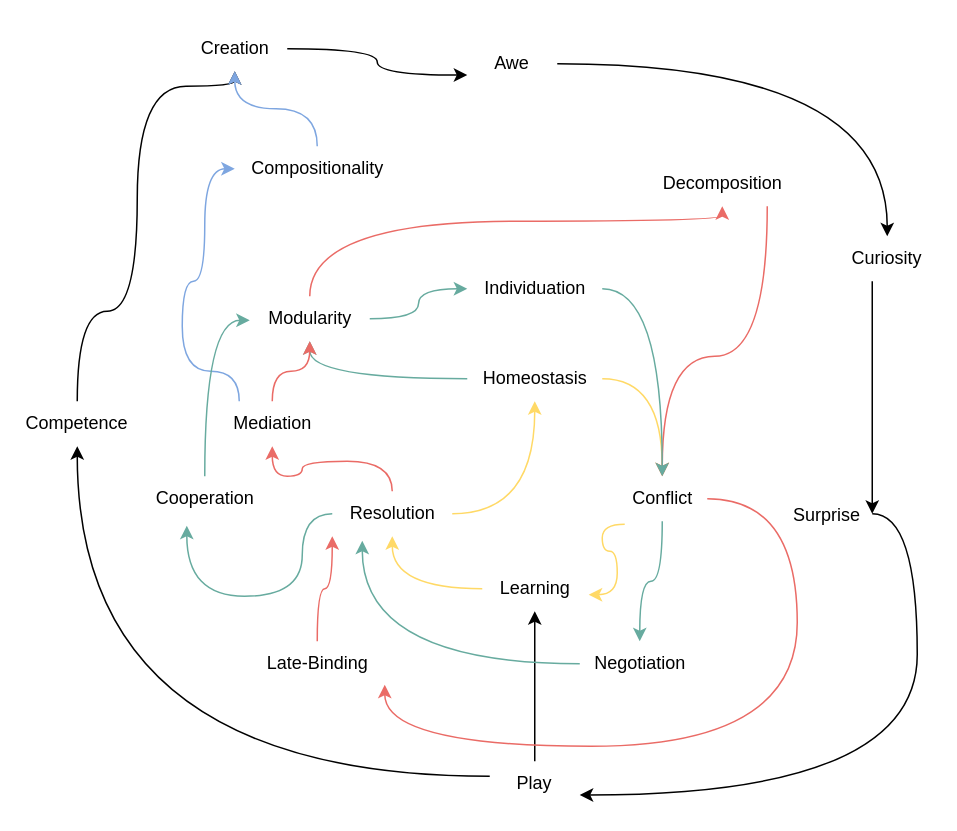
Before: knowing_cycles.drawio in codeaudit/1, a draw.io diagram. Source tidied: cells renumbered, new cells numbered last; positions are measured from the earlier drawing's top-left corner, leaving out a move shared by most shapes. Both pictures are drawn from the tidied source at 150%, with x=0, y=0 at pixel (32, 26).
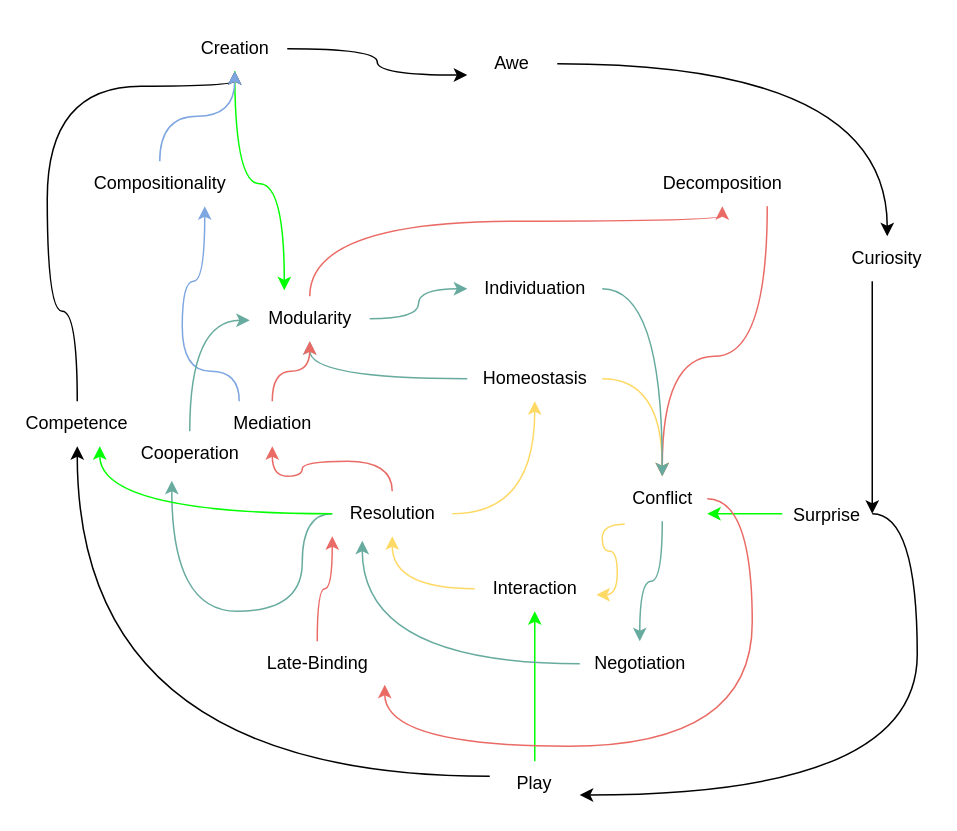
The same diagram, later.

Unchanged cells that the change refers to:
```xml
<mxCell id="7" value="Surprise" style="text;html=1;strokeColor=none;fillColor=none;align=center;verticalAlign=middle;whiteSpace=wrap;rounded=0;" parent="1" vertex="1">
  <mxGeometry x="500" y="325" width="60" as="geometry" />
</mxCell>
<mxCell id="10" value="Play" style="text;html=1;strokeColor=none;fillColor=none;align=center;verticalAlign=middle;whiteSpace=wrap;rounded=0;" parent="1" vertex="1">
  <mxGeometry x="305" y="490" width="60" height="30" as="geometry" />
</mxCell>
<mxCell id="12" value="Competence" style="text;html=1;strokeColor=none;fillColor=none;align=center;verticalAlign=middle;whiteSpace=wrap;rounded=0;" parent="1" vertex="1">
  <mxGeometry y="250" width="60" height="30" as="geometry" />
</mxCell>
<mxCell id="14" value="Creation" style="text;html=1;align=center;verticalAlign=middle;points=[];strokeColor=none;fillColor=none;" parent="1" vertex="1">
  <mxGeometry x="100" width="70" height="30" as="geometry" />
</mxCell>
<mxCell id="18" value="Conflict" style="text;html=1;align=center;verticalAlign=middle;points=[];strokeColor=none;fillColor=none;" parent="1" vertex="1">
  <mxGeometry x="390" y="300" width="60" height="30" as="geometry" />
</mxCell>
<mxCell id="24" value="Resolution" style="text;html=1;align=center;verticalAlign=middle;points=[];strokeColor=none;fillColor=none;" parent="1" vertex="1">
  <mxGeometry x="200" y="310" width="80" height="30" as="geometry" />
</mxCell>
<mxCell id="30" value="Modularity" style="text;html=1;align=center;verticalAlign=middle;points=[];strokeColor=none;fillColor=none;" parent="1" vertex="1">
  <mxGeometry x="145" y="180" width="80" height="30" as="geometry" />
</mxCell>
<mxCell id="37" value="Late-Binding" style="text;html=1;align=center;verticalAlign=middle;points=[];strokeColor=none;fillColor=none;" parent="1" vertex="1">
  <mxGeometry x="145" y="410" width="90" height="30" as="geometry" />
</mxCell>
```

Diff of the diagram source:
```diff
@@
+    <mxCell id="46" style="edgeStyle=orthogonalEdgeStyle;curved=1;jettySize=auto;html=1;strokeColor=#00FF00;" parent="1" edge="1" source="7" target="18">
+      <mxGeometry relative="1" as="geometry" />
+    </mxCell>
@@
-    <mxCell id="9" style="edgeStyle=orthogonalEdgeStyle;curved=1;jettySize=auto;html=1;" parent="1" edge="1" source="10" target="20">
+    <mxCell id="9" style="edgeStyle=orthogonalEdgeStyle;curved=1;jettySize=auto;html=1;strokeColor=#00FF00;" parent="1" edge="1" source="10" target="20">
       <mxGeometry relative="1" as="geometry" />
     </mxCell>
@@
     <mxCell id="11" style="edgeStyle=orthogonalEdgeStyle;jettySize=auto;html=1;curved=1;" parent="1" edge="1" source="12" target="14">
       <mxGeometry relative="1" as="geometry">
         <Array as="points">
           <mxPoint x="30" y="190" />
-          <mxPoint x="70" y="190" />
-          <mxPoint x="70" y="40" />
+          <mxPoint x="10" y="190" />
+          <mxPoint x="10" y="40" />
+          <mxPoint x="135" y="40" />
         </Array>
       </mxGeometry>
     </mxCell>
@@
+    <mxCell id="47" style="edgeStyle=orthogonalEdgeStyle;curved=1;jettySize=auto;html=1;entryX=0.288;entryY=-0.133;entryDx=0;entryDy=0;entryPerimeter=0;strokeColor=#00FF00;" parent="1" edge="1" source="14" target="30">
+      <mxGeometry relative="1" as="geometry" />
+    </mxCell>
@@
     <mxCell id="17" style="edgeStyle=orthogonalEdgeStyle;curved=1;jettySize=auto;html=1;entryX=1;entryY=0.967;entryDx=0;entryDy=0;entryPerimeter=0;strokeColor=#EA6B66;" parent="1" edge="1" source="18" target="37">
       <mxGeometry relative="1" as="geometry">
         <Array as="points">
-          <mxPoint x="510" y="315" />
-          <mxPoint x="510" y="480" />
+          <mxPoint x="480" y="315" />
+          <mxPoint x="480" y="480" />
           <mxPoint x="235" y="480" />
         </Array>
       </mxGeometry>
     </mxCell>
@@
-    <mxCell id="20" value="Learning" style="text;html=1;align=center;verticalAlign=middle;points=[];strokeColor=none;fillColor=none;" parent="1" vertex="1">
-      <mxGeometry x="300" y="360" width="70" height="30" as="geometry" />
+    <mxCell id="20" value="Interaction" style="text;html=1;align=center;verticalAlign=middle;points=[];strokeColor=none;fillColor=none;" parent="1" vertex="1">
+      <mxGeometry x="295" y="360" width="80" height="30" as="geometry" />
     </mxCell>
@@
     <mxCell id="23" style="edgeStyle=orthogonalEdgeStyle;curved=1;jettySize=auto;html=1;entryX=0.367;entryY=1.1;entryDx=0;entryDy=0;entryPerimeter=0;strokeColor=#67AB9F;" parent="1" edge="1" source="24" target="45">
       <mxGeometry relative="1" as="geometry">
         <Array as="points">
           <mxPoint x="180" y="325" />
-          <mxPoint x="180" y="380" />
-          <mxPoint x="103" y="380" />
+          <mxPoint x="180" y="390" />
+          <mxPoint x="93" y="390" />
         </Array>
       </mxGeometry>
     </mxCell>
+    <mxCell id="48" style="edgeStyle=orthogonalEdgeStyle;curved=1;jettySize=auto;html=1;entryX=0.75;entryY=1;entryDx=0;entryDy=0;strokeColor=#00FF00;" parent="1" edge="1" source="24" target="12">
+      <mxGeometry relative="1" as="geometry" />
+    </mxCell>
@@
     <mxCell id="32" value="Compositionality" style="text;html=1;align=center;verticalAlign=middle;points=[];strokeColor=none;fillColor=none;" parent="1" vertex="1">
-      <mxGeometry x="135" y="80" width="110" height="30" as="geometry" />
+      <mxGeometry x="30" y="90" width="110" height="30" as="geometry" />
     </mxCell>
@@
     <mxCell id="45" value="Cooperation" style="text;html=1;align=center;verticalAlign=middle;points=[];strokeColor=none;fillColor=none;" parent="1" vertex="1">
-      <mxGeometry x="70" y="300" width="90" height="30" as="geometry" />
+      <mxGeometry x="60" y="270" width="90" height="30" as="geometry" />
     </mxCell>
```
